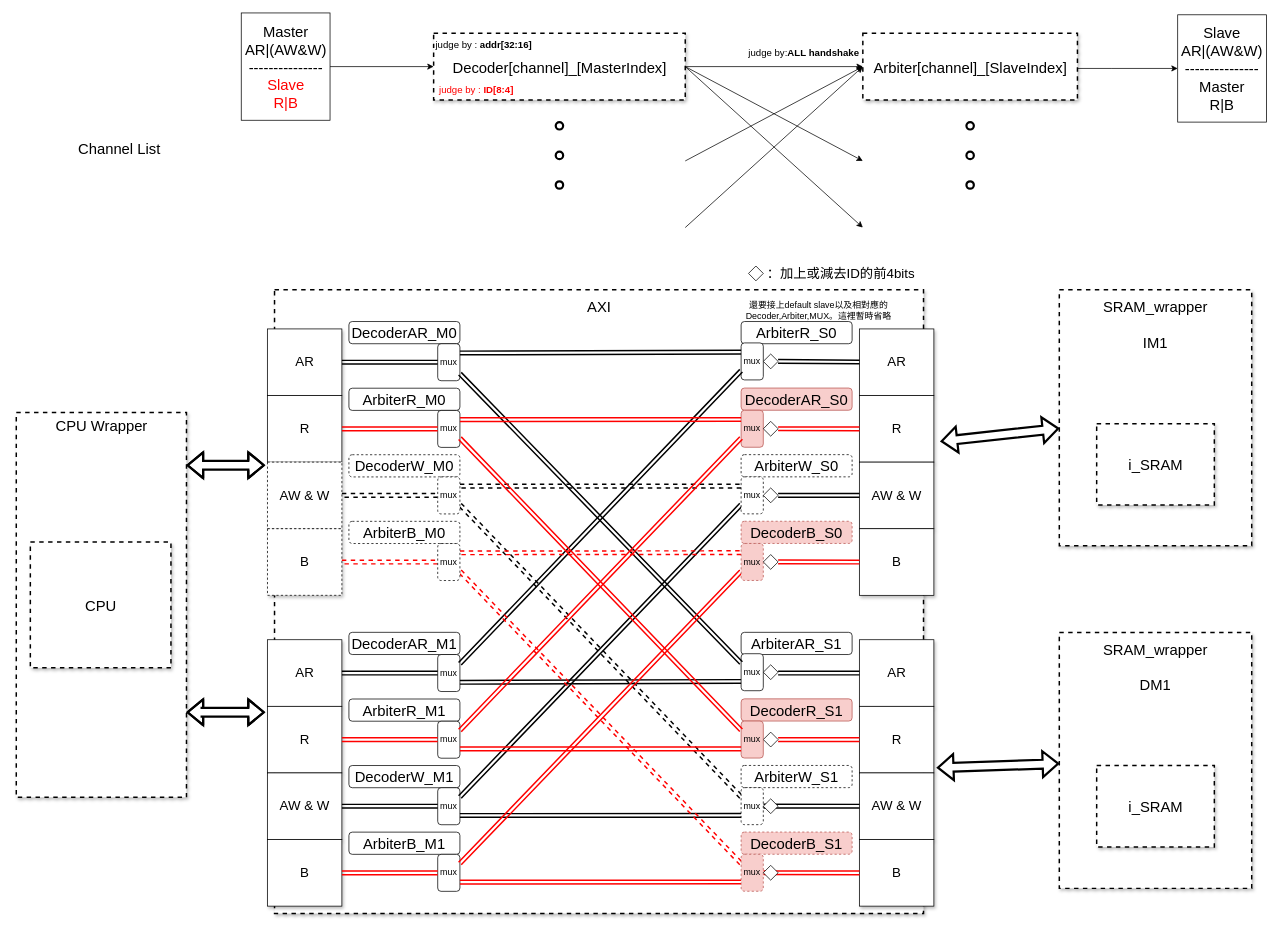
Before: hw2/AXI.drawio in cicero884/VLSI_system_design_2021, a draw.io diagram. Source tidied: cells renumbered, new cells numbered last; positions are measured from the earlier drawing's top-left corner, leaving out a move shared by most shapes. Both pictures are drawn from the tidied source at 74%, with x=0, y=0 at pixel (16, 13).
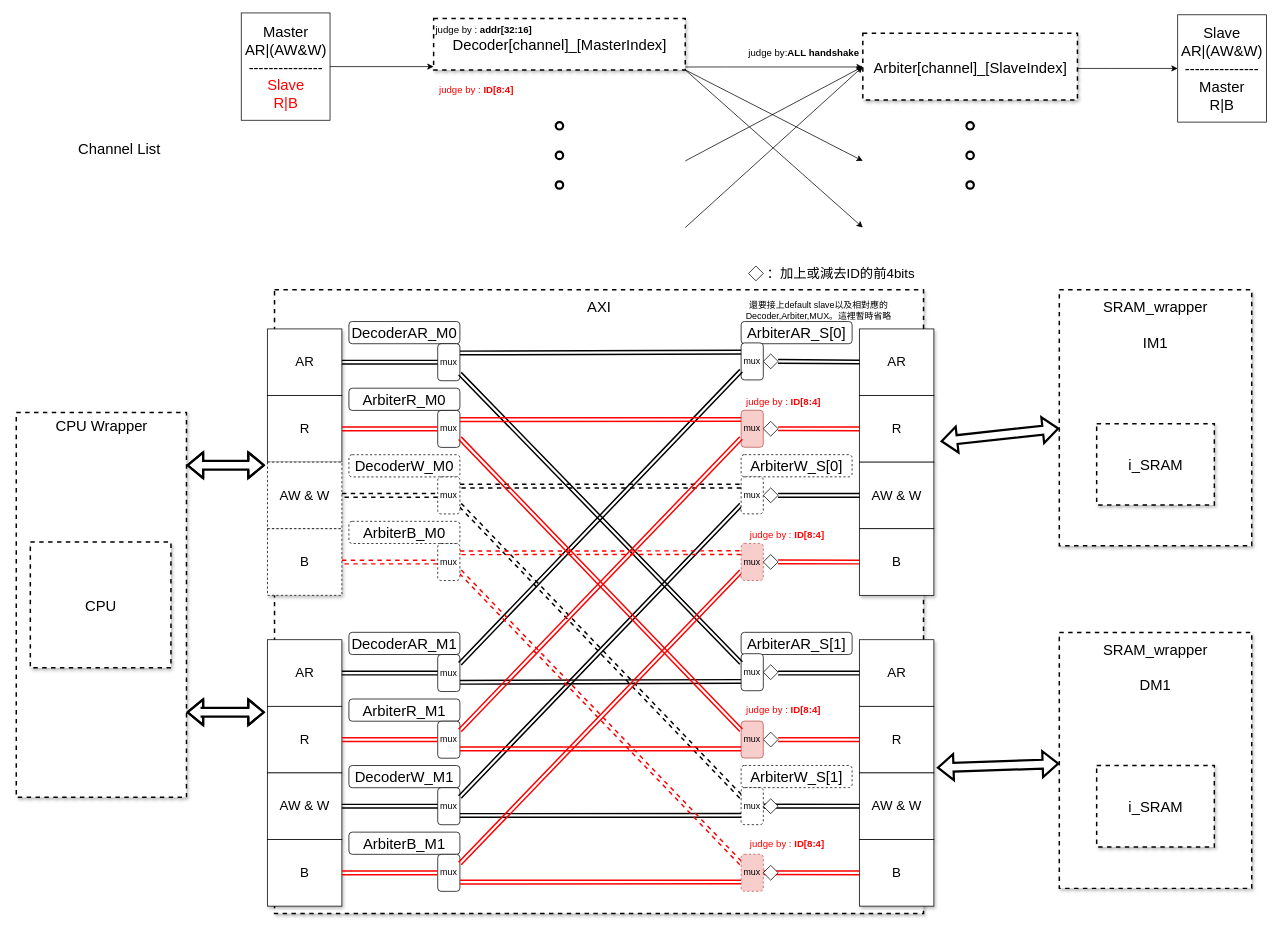
After the change.

Commit message:
change diagram(remove decoder@slave)

Unchanged cells that the change refers to:
```xml
<mxCell id="3" value="Arbiter[channel]_[SlaveIndex]" style="whiteSpace=wrap;html=1;shadow=1;fontSize=20;strokeWidth=2;dashed=1;verticalAlign=middle;spacing=7;align=center;" parent="1" vertex="1">
  <mxGeometry x="1144.5" y="27.5" width="290" height="90" as="geometry" />
</mxCell>
<mxCell id="11" value="Master&lt;br&gt;AR|(AW&amp;amp;W)&lt;br&gt;---------------&lt;br&gt;&lt;font color=&quot;#ff0000&quot;&gt;Slave&lt;br&gt;R|B&lt;/font&gt;" style="rounded=0;whiteSpace=wrap;html=1;align=center;verticalAlign=middle;fontSize=20;" parent="1" vertex="1">
  <mxGeometry x="304.5" width="120" height="145" as="geometry" />
</mxCell>
<mxCell id="72" style="group;fontColor=#FF0000;" parent="1" vertex="1">
  <mxGeometry x="980" y="506.9" width="150" height="80" as="geometry" />
</mxCell>
<mxCell id="76" style="group;" parent="1" vertex="1">
  <mxGeometry x="980" y="417" width="150" height="80" as="geometry" />
</mxCell>
<mxCell id="80" style="group;fontColor=#FF0000;" parent="1" vertex="1">
  <mxGeometry x="980" y="926.9" width="150" height="80" as="geometry" />
</mxCell>
<mxCell id="83" style="group;" parent="1" vertex="1">
  <mxGeometry x="980" y="837" width="150" height="80" as="geometry" />
</mxCell>
```

What changed in the source:
```diff
@@
     <mxCell id="4" style="edgeStyle=orthogonalEdgeStyle;rounded=0;jettySize=auto;html=1;fontSize=20;" parent="1" edge="1" source="9" target="3">
-      <mxGeometry relative="1" as="geometry" />
+      <mxGeometry relative="1" as="geometry">
+        <Array as="points">
+          <mxPoint x="960" y="73" />
+          <mxPoint x="960" y="73" />
+        </Array>
+      </mxGeometry>
     </mxCell>
-    <mxCell id="5" style="rounded=0;jettySize=auto;html=1;fontSize=20;exitX=1;exitY=0.5;exitDx=0;exitDy=0;" parent="1" edge="1" source="9">
+    <mxCell id="5" style="rounded=0;jettySize=auto;html=1;fontSize=20;exitX=1;exitY=1;exitDx=0;exitDy=0;" parent="1" edge="1" source="9">
       <mxGeometry relative="1" as="geometry">
         <mxPoint x="1144.5" y="200" as="targetPoint" />
       </mxGeometry>
     </mxCell>
-    <mxCell id="6" style="edgeStyle=none;rounded=0;jettySize=auto;html=1;fontSize=20;exitX=1;exitY=0.5;exitDx=0;exitDy=0;" parent="1" edge="1" source="9">
+    <mxCell id="6" style="edgeStyle=none;rounded=0;jettySize=auto;html=1;fontSize=20;exitX=1;exitY=1;exitDx=0;exitDy=0;" parent="1" edge="1" source="9">
       <mxGeometry relative="1" as="geometry">
         <mxPoint x="1144.5" y="290" as="targetPoint" />
       </mxGeometry>
     </mxCell>
@@
     <mxCell id="9" value="Decoder[channel]_[MasterIndex]" style="whiteSpace=wrap;html=1;shadow=1;fontSize=20;strokeWidth=2;dashed=1;verticalAlign=middle;spacing=7;align=center;" parent="1" vertex="1">
-      <mxGeometry x="564.5" y="27.5" width="340" height="90" as="geometry" />
+      <mxGeometry x="564.5" y="7.5" width="340" height="69.5" as="geometry" />
     </mxCell>
     <mxCell id="10" style="edgeStyle=orthogonalEdgeStyle;rounded=0;jettySize=auto;html=1;fontSize=20;" parent="1" edge="1" source="11" target="9">
-      <mxGeometry relative="1" as="geometry" />
+      <mxGeometry relative="1" as="geometry">
+        <Array as="points">
+          <mxPoint x="530" y="73" />
+          <mxPoint x="530" y="73" />
+        </Array>
+      </mxGeometry>
     </mxCell>
@@
     <mxCell id="31" value="&lt;span style=&quot;font-weight: normal ; font-size: 13px&quot;&gt;judge by :&amp;nbsp;&lt;/span&gt;addr[32:16]" style="text;html=1;align=center;verticalAlign=middle;whiteSpace=wrap;rounded=0;fontStyle=1;fontSize=13;" parent="1" vertex="1">
-      <mxGeometry x="564.5" y="27.5" width="134.5" height="30" as="geometry" />
+      <mxGeometry x="564.5" y="7.5" width="134.5" height="30" as="geometry" />
     </mxCell>
@@
-    <mxCell id="73" value="&lt;font style=&quot;font-size: 20px&quot;&gt;DecoderAR_S0&lt;/font&gt;" style="rounded=1;whiteSpace=wrap;html=1;verticalAlign=middle;fillColor=#f8cecc;strokeColor=#b85450;" parent="72" vertex="1">
-      <mxGeometry width="150" height="30" as="geometry" />
-    </mxCell>
@@
-    <mxCell id="77" value="&lt;font style=&quot;font-size: 20px&quot;&gt;ArbiterR_S0&lt;/font&gt;" style="rounded=1;whiteSpace=wrap;html=1;verticalAlign=middle;" parent="76" vertex="1">
+    <mxCell id="77" value="&lt;font style=&quot;font-size: 20px&quot;&gt;ArbiterAR_S[0]&lt;/font&gt;" style="rounded=1;whiteSpace=wrap;html=1;verticalAlign=middle;" parent="76" vertex="1">
       <mxGeometry width="150" height="30" as="geometry" />
     </mxCell>
@@
-    <mxCell id="81" value="&lt;font style=&quot;font-size: 20px&quot;&gt;DecoderR_S1&lt;/font&gt;" style="rounded=1;whiteSpace=wrap;html=1;verticalAlign=middle;fillColor=#f8cecc;strokeColor=#b85450;" parent="80" vertex="1">
-      <mxGeometry width="150" height="30" as="geometry" />
-    </mxCell>
@@
+    <mxCell id="145" value="&lt;span style=&quot;font-weight: normal ; font-size: 13px&quot;&gt;judge by : &lt;/span&gt;&lt;span style=&quot;font-size: 13px&quot;&gt;ID[8:4]&lt;/span&gt;" style="text;html=1;align=center;verticalAlign=middle;whiteSpace=wrap;rounded=0;fontStyle=1;fontSize=13;fontColor=#FF0000;" parent="80" vertex="1">
+      <mxGeometry y="0.2" width="114.5" height="30" as="geometry" />
+    </mxCell>
@@
-    <mxCell id="84" value="&lt;font style=&quot;font-size: 20px&quot;&gt;ArbiterAR_S1&lt;/font&gt;" style="rounded=1;whiteSpace=wrap;html=1;verticalAlign=middle;" parent="83" vertex="1">
+    <mxCell id="84" value="&lt;font style=&quot;font-size: 20px&quot;&gt;ArbiterAR_S[1]&lt;/font&gt;" style="rounded=1;whiteSpace=wrap;html=1;verticalAlign=middle;" parent="83" vertex="1">
       <mxGeometry width="150" height="30" as="geometry" />
     </mxCell>
@@
-    <mxCell id="123" value="&lt;font style=&quot;font-size: 20px&quot;&gt;ArbiterW_S0&lt;/font&gt;" style="rounded=1;whiteSpace=wrap;html=1;verticalAlign=middle;dashed=1;" parent="1" vertex="1">
+    <mxCell id="123" value="&lt;font style=&quot;font-size: 20px&quot;&gt;ArbiterW_S[0]&lt;/font&gt;" style="rounded=1;whiteSpace=wrap;html=1;verticalAlign=middle;dashed=1;" parent="1" vertex="1">
       <mxGeometry x="980" y="596.9" width="150" height="30" as="geometry" />
     </mxCell>
@@
-    <mxCell id="125" value="&lt;font style=&quot;font-size: 20px&quot;&gt;DecoderB_S0&lt;/font&gt;" style="rounded=1;whiteSpace=wrap;html=1;verticalAlign=middle;fillColor=#f8cecc;strokeColor=#b85450;dashed=1;" parent="1" vertex="1">
-      <mxGeometry x="980" y="686.9" width="150" height="30" as="geometry" />
-    </mxCell>
@@
-    <mxCell id="128" value="&lt;font style=&quot;font-size: 20px&quot;&gt;ArbiterW_S1&lt;/font&gt;" style="rounded=1;whiteSpace=wrap;html=1;verticalAlign=middle;dashed=1;" parent="1" vertex="1">
+    <mxCell id="128" value="&lt;font style=&quot;font-size: 20px&quot;&gt;ArbiterW_S[1]&lt;/font&gt;" style="rounded=1;whiteSpace=wrap;html=1;verticalAlign=middle;dashed=1;" parent="1" vertex="1">
       <mxGeometry x="980" y="1016.9" width="150" height="30" as="geometry" />
     </mxCell>
@@
-    <mxCell id="130" value="&lt;font style=&quot;font-size: 20px&quot;&gt;DecoderB_S1&lt;/font&gt;" style="rounded=1;whiteSpace=wrap;html=1;verticalAlign=middle;fillColor=#f8cecc;strokeColor=#b85450;dashed=1;" parent="1" vertex="1">
-      <mxGeometry x="980" y="1106.9" width="150" height="30" as="geometry" />
-    </mxCell>
@@
+    <mxCell id="146" value="&lt;span style=&quot;font-weight: normal ; font-size: 13px&quot;&gt;judge by : &lt;/span&gt;&lt;span style=&quot;font-size: 13px&quot;&gt;ID[8:4]&lt;/span&gt;" style="text;html=1;align=center;verticalAlign=middle;whiteSpace=wrap;rounded=0;fontStyle=1;fontSize=13;fontColor=#FF0000;" parent="1" vertex="1">
+      <mxGeometry x="980" y="510" width="114.5" height="30" as="geometry" />
+    </mxCell>
+    <mxCell id="147" value="&lt;span style=&quot;font-weight: normal ; font-size: 13px&quot;&gt;judge by : &lt;/span&gt;&lt;span style=&quot;font-size: 13px&quot;&gt;ID[8:4]&lt;/span&gt;" style="text;html=1;align=center;verticalAlign=middle;whiteSpace=wrap;rounded=0;fontStyle=1;fontSize=13;fontColor=#FF0000;" parent="1" vertex="1">
+      <mxGeometry x="984.5" y="690" width="114.5" height="30" as="geometry" />
+    </mxCell>
+    <mxCell id="148" value="&lt;span style=&quot;font-weight: normal ; font-size: 13px&quot;&gt;judge by : &lt;/span&gt;&lt;span style=&quot;font-size: 13px&quot;&gt;ID[8:4]&lt;/span&gt;" style="text;html=1;align=center;verticalAlign=middle;whiteSpace=wrap;rounded=0;fontStyle=1;fontSize=13;fontColor=#FF0000;" parent="1" vertex="1">
+      <mxGeometry x="984.5" y="1107" width="114.5" height="30" as="geometry" />
+    </mxCell>
```
